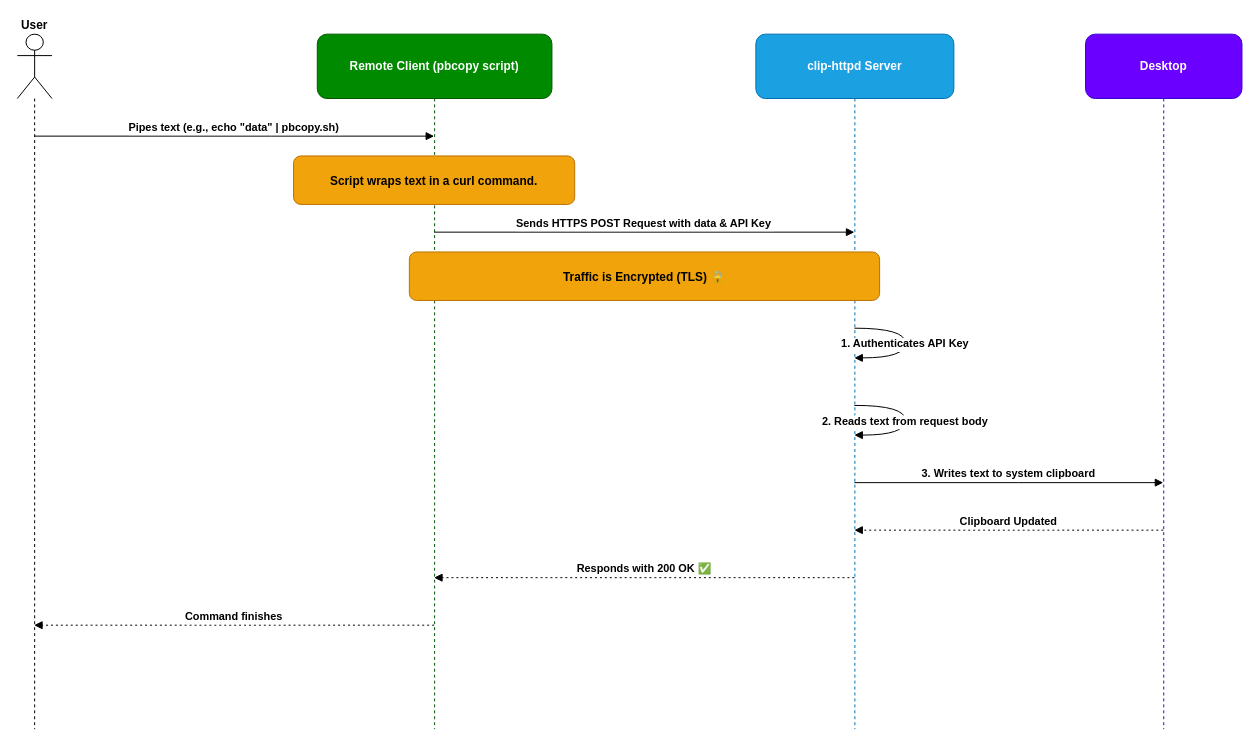
This is images/clip-httpd.drawio from muquit/clip-httpd, a draw.io file, before an edit. Source tidied: cells renumbered, new cells numbered last; positions are measured from the earlier drawing's top-left corner, leaving out a move shared by most shapes. Both pictures are drawn from the tidied source at 99%, with x=0, y=0 at pixel (17, 34).
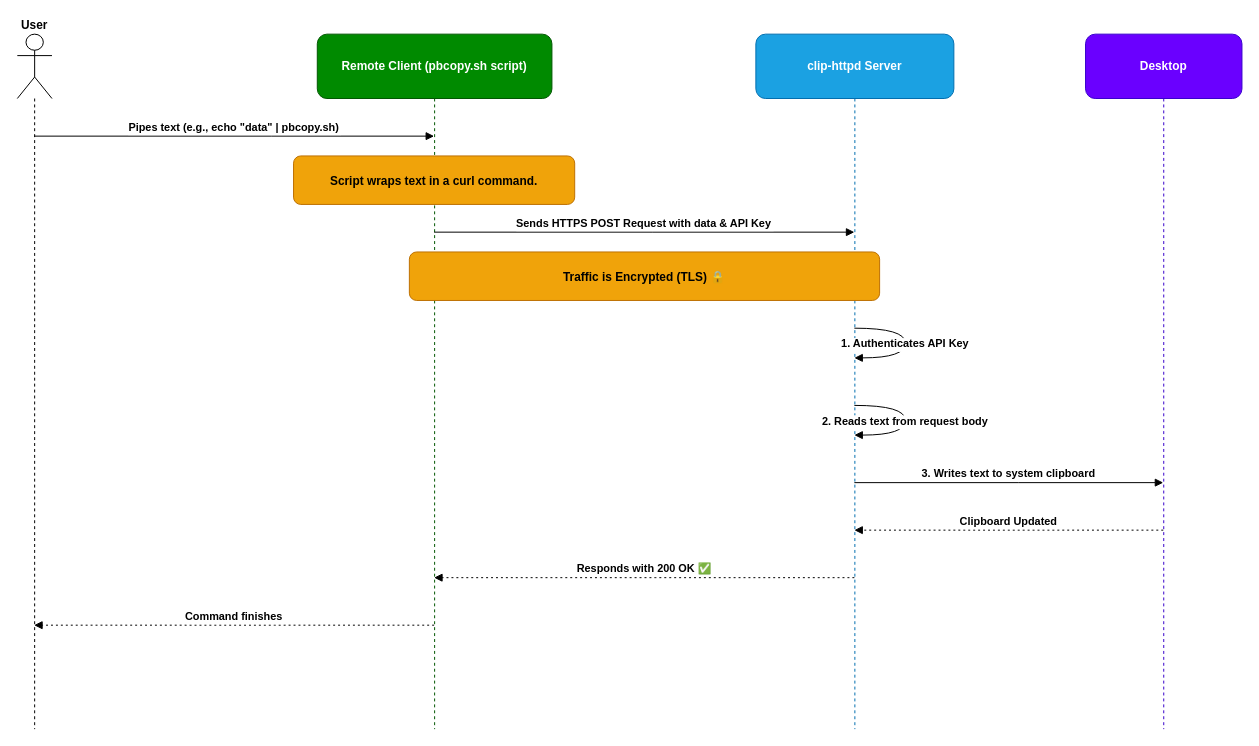
The same page after the edit.

Change to the diagram source:
```diff
@@
-    <mxCell id="3" value="Remote Client (pbcopy script)" style="shape=umlLifeline;perimeter=lifelinePerimeter;whiteSpace=wrap;outlineConnect=0;portConstraint=eastwest;newEdgeStyle={&quot;edgeStyle&quot;:&quot;elbowEdgeStyle&quot;,&quot;elbow&quot;:&quot;vertical&quot;,&quot;curved&quot;:0,&quot;rounded&quot;:0};size=65;rounded=1;fillColor=#008a00;fontColor=#ffffff;strokeColor=#005700;fontStyle=1;" parent="1" vertex="1">
+    <mxCell id="3" value="Remote Client (pbcopy.sh script)" style="shape=umlLifeline;perimeter=lifelinePerimeter;whiteSpace=wrap;outlineConnect=0;portConstraint=eastwest;newEdgeStyle={&quot;edgeStyle&quot;:&quot;elbowEdgeStyle&quot;,&quot;elbow&quot;:&quot;vertical&quot;,&quot;curved&quot;:0,&quot;rounded&quot;:0};size=65;rounded=1;fillColor=#008a00;fontColor=#ffffff;strokeColor=#005700;fontStyle=1;" parent="1" vertex="1">
       <mxGeometry x="303" width="237" height="702" as="geometry" />
     </mxCell>
```
